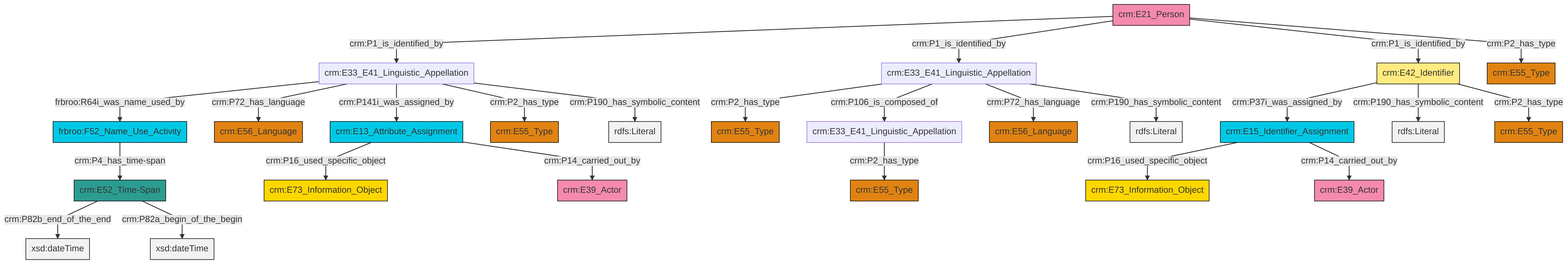
Above: et/personCSV/ttl/mmd/png/Person_Names_and_Classification.png in swiss-art-research-net/reference-data-models (Mermaid), before the change. Its source is kept beside it as et/personCSV/ttl/mmd/Person_Names_and_Classification.ttl.mmd.
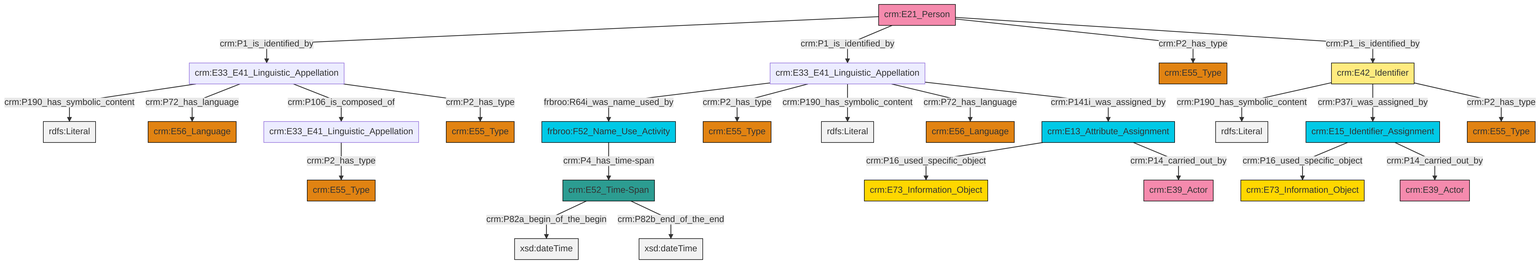
After the commit.

The edit, as a diff of the source:
```diff
@@ -13,27 +13,27 @@
 classDef PC_Classes fill:#4ce600, stroke:#000000;
 classDef Multi fill:#cccccc,stroke:#000000;
 
-4["crm:E13_Attribute_Assignment"]:::Temporal_Entity -->|crm:P16_used_specific_object| 2["crm:E73_Information_Object"]:::Conceptual_Object
-5["crm:E15_Identifier_Assignment"]:::Temporal_Entity -->|crm:P16_used_specific_object| 6["crm:E73_Information_Object"]:::Conceptual_Object
-7["crm:E42_Identifier"]:::Appellation -->|crm:P37i_was_assigned_by| 5["crm:E15_Identifier_Assignment"]:::Temporal_Entity
-8["crm:E52_Time-Span"]:::Time-Span -->|crm:P82b_end_of_the_end| 9[xsd:dateTime]:::Literal
-12["crm:E21_Person"]:::Actor -->|crm:P1_is_identified_by| 0["crm:E33_E41_Linguistic_Appellation"]:::Default
-7["crm:E42_Identifier"]:::Appellation -->|crm:P190_has_symbolic_content| 13[rdfs:Literal]:::Literal
-12["crm:E21_Person"]:::Actor -->|crm:P1_is_identified_by| 14["crm:E33_E41_Linguistic_Appellation"]:::Default
-19["crm:E33_E41_Linguistic_Appellation"]:::Default -->|crm:P2_has_type| 17["crm:E55_Type"]:::Type
-0["crm:E33_E41_Linguistic_Appellation"]:::Default -->|frbroo:R64i_was_name_used_by| 10["frbroo:F52_Name_Use_Activity"]:::Temporal_Entity
-0["crm:E33_E41_Linguistic_Appellation"]:::Default -->|crm:P72_has_language| 20["crm:E56_Language"]:::Type
-0["crm:E33_E41_Linguistic_Appellation"]:::Default -->|crm:P141i_was_assigned_by| 4["crm:E13_Attribute_Assignment"]:::Temporal_Entity
-14["crm:E33_E41_Linguistic_Appellation"]:::Default -->|crm:P2_has_type| 22["crm:E55_Type"]:::Type
-12["crm:E21_Person"]:::Actor -->|crm:P1_is_identified_by| 7["crm:E42_Identifier"]:::Appellation
-0["crm:E33_E41_Linguistic_Appellation"]:::Default -->|crm:P2_has_type| 24["crm:E55_Type"]:::Type
-8["crm:E52_Time-Span"]:::Time-Span -->|crm:P82a_begin_of_the_begin| 26[xsd:dateTime]:::Literal
-10["frbroo:F52_Name_Use_Activity"]:::Temporal_Entity -->|crm:P4_has_time-span| 8["crm:E52_Time-Span"]:::Time-Span
-5["crm:E15_Identifier_Assignment"]:::Temporal_Entity -->|crm:P14_carried_out_by| 27["crm:E39_Actor"]:::Actor
-0["crm:E33_E41_Linguistic_Appellation"]:::Default -->|crm:P190_has_symbolic_content| 33[rdfs:Literal]:::Literal
-12["crm:E21_Person"]:::Actor -->|crm:P2_has_type| 28["crm:E55_Type"]:::Type
-4["crm:E13_Attribute_Assignment"]:::Temporal_Entity -->|crm:P14_carried_out_by| 34["crm:E39_Actor"]:::Actor
-7["crm:E42_Identifier"]:::Appellation -->|crm:P2_has_type| 15["crm:E55_Type"]:::Type
-14["crm:E33_E41_Linguistic_Appellation"]:::Default -->|crm:P106_is_composed_of| 19["crm:E33_E41_Linguistic_Appellation"]:::Default
-14["crm:E33_E41_Linguistic_Appellation"]:::Default -->|crm:P72_has_language| 39["crm:E56_Language"]:::Type
-14["crm:E33_E41_Linguistic_Appellation"]:::Default -->|crm:P190_has_symbolic_content| 41[rdfs:Literal]:::Literal
+8["crm:E21_Person"]:::Actor -->|crm:P1_is_identified_by| 9["crm:E33_E41_Linguistic_Appellation"]:::Default
+9["crm:E33_E41_Linguistic_Appellation"]:::Default -->|crm:P190_has_symbolic_content| 10[rdfs:Literal]:::Literal
+8["crm:E21_Person"]:::Actor -->|crm:P1_is_identified_by| 4["crm:E33_E41_Linguistic_Appellation"]:::Default
+9["crm:E33_E41_Linguistic_Appellation"]:::Default -->|crm:P72_has_language| 0["crm:E56_Language"]:::Type
+13["crm:E42_Identifier"]:::Appellation -->|crm:P190_has_symbolic_content| 14[rdfs:Literal]:::Literal
+17["crm:E15_Identifier_Assignment"]:::Temporal_Entity -->|crm:P16_used_specific_object| 6["crm:E73_Information_Object"]:::Conceptual_Object
+22["crm:E33_E41_Linguistic_Appellation"]:::Default -->|crm:P2_has_type| 23["crm:E55_Type"]:::Type
+17["crm:E15_Identifier_Assignment"]:::Temporal_Entity -->|crm:P14_carried_out_by| 20["crm:E39_Actor"]:::Actor
+8["crm:E21_Person"]:::Actor -->|crm:P2_has_type| 27["crm:E55_Type"]:::Type
+13["crm:E42_Identifier"]:::Appellation -->|crm:P37i_was_assigned_by| 17["crm:E15_Identifier_Assignment"]:::Temporal_Entity
+29["frbroo:F52_Name_Use_Activity"]:::Temporal_Entity -->|crm:P4_has_time-span| 30["crm:E52_Time-Span"]:::Time-Span
+13["crm:E42_Identifier"]:::Appellation -->|crm:P2_has_type| 33["crm:E55_Type"]:::Type
+4["crm:E33_E41_Linguistic_Appellation"]:::Default -->|frbroo:R64i_was_name_used_by| 29["frbroo:F52_Name_Use_Activity"]:::Temporal_Entity
+30["crm:E52_Time-Span"]:::Time-Span -->|crm:P82a_begin_of_the_begin| 36[xsd:dateTime]:::Literal
+4["crm:E33_E41_Linguistic_Appellation"]:::Default -->|crm:P2_has_type| 15["crm:E55_Type"]:::Type
+30["crm:E52_Time-Span"]:::Time-Span -->|crm:P82b_end_of_the_end| 40[xsd:dateTime]:::Literal
+9["crm:E33_E41_Linguistic_Appellation"]:::Default -->|crm:P106_is_composed_of| 22["crm:E33_E41_Linguistic_Appellation"]:::Default
+41["crm:E13_Attribute_Assignment"]:::Temporal_Entity -->|crm:P16_used_specific_object| 18["crm:E73_Information_Object"]:::Conceptual_Object
+9["crm:E33_E41_Linguistic_Appellation"]:::Default -->|crm:P2_has_type| 11["crm:E55_Type"]:::Type
+41["crm:E13_Attribute_Assignment"]:::Temporal_Entity -->|crm:P14_carried_out_by| 2["crm:E39_Actor"]:::Actor
+4["crm:E33_E41_Linguistic_Appellation"]:::Default -->|crm:P190_has_symbolic_content| 44[rdfs:Literal]:::Literal
+8["crm:E21_Person"]:::Actor -->|crm:P1_is_identified_by| 13["crm:E42_Identifier"]:::Appellation
+4["crm:E33_E41_Linguistic_Appellation"]:::Default -->|crm:P72_has_language| 25["crm:E56_Language"]:::Type
+4["crm:E33_E41_Linguistic_Appellation"]:::Default -->|crm:P141i_was_assigned_by| 41["crm:E13_Attribute_Assignment"]:::Temporal_Entity
```
